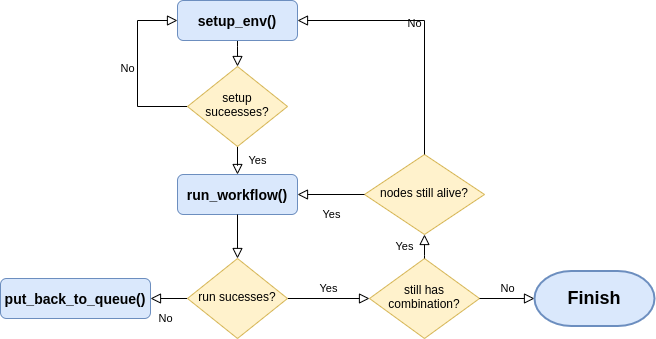
This is images/experiment_flowchart.png from ntlinh16/cloudal, a draw.io export, as it was before one commit. Source tidied: cells renumbered, new cells last; positions are measured from the earlier drawing's top-left corner, leaving out a move shared by most shapes.
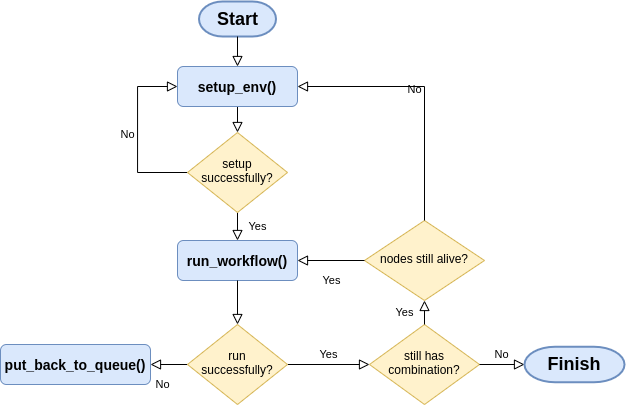
The same diagram one commit later.

Commit message:
doc: update experiment flowchart image

Diff of the diagram source:
```diff
@@ -2,24 +2,14 @@
   <root>
     <mxCell id="0" />
     <mxCell id="1" parent="0" />
-    <mxCell id="2" style="rounded=0;html=1;jettySize=auto;fontSize=11;endArrow=block;endFill=0;endSize=8;strokeWidth=1;shadow=0;labelBackgroundColor=none;edgeStyle=orthogonalEdgeStyle;" parent="1" edge="1" source="3" target="6">
-      <mxGeometry relative="1" as="geometry">
-        <Array as="points">
-          <mxPoint x="237" y="46" />
-          <mxPoint x="237" y="46" />
-        </Array>
-      </mxGeometry>
+    <mxCell id="2" style="rounded=0;html=1;jettySize=auto;fontSize=11;endArrow=block;endFill=0;endSize=8;strokeWidth=1;shadow=0;labelBackgroundColor=none;" parent="1" edge="1" source="3" target="6">
+      <mxGeometry relative="1" as="geometry" />
     </mxCell>
     <mxCell id="3" value="&lt;font style=&quot;font-size: 14px&quot;&gt;&lt;b&gt;setup_env()&lt;/b&gt;&lt;/font&gt;" style="rounded=1;whiteSpace=wrap;html=1;fontSize=12;glass=0;strokeWidth=1;shadow=0;fillColor=#dae8fc;strokeColor=#6c8ebf;" parent="1" vertex="1">
       <mxGeometry x="177" width="120" height="40" as="geometry" />
     </mxCell>
-    <mxCell id="4" value="Yes" style="rounded=0;html=1;jettySize=auto;fontSize=11;endArrow=block;endFill=0;endSize=8;strokeWidth=1;shadow=0;labelBackgroundColor=none;edgeStyle=orthogonalEdgeStyle;entryX=0.5;entryY=0;entryDx=0;entryDy=0;" parent="1" edge="1" source="6" target="11">
-      <mxGeometry y="20" relative="1" as="geometry">
-        <Array as="points">
-          <mxPoint x="237" y="165" />
-          <mxPoint x="237" y="165" />
-        </Array>
-      </mxGeometry>
+    <mxCell id="4" value="Yes" style="rounded=0;html=1;jettySize=auto;fontSize=11;endArrow=block;endFill=0;endSize=8;strokeWidth=1;shadow=0;labelBackgroundColor=none;entryX=0.5;entryY=0;entryDx=0;entryDy=0;" parent="1" edge="1" source="6" target="11">
+      <mxGeometry y="20" relative="1" as="geometry" />
     </mxCell>
     <mxCell id="5" value="No" style="edgeStyle=orthogonalEdgeStyle;rounded=0;html=1;jettySize=auto;fontSize=11;endArrow=block;endFill=0;endSize=8;strokeWidth=1;shadow=0;labelBackgroundColor=none;entryX=0;entryY=0.5;entryDx=0;entryDy=0;exitX=0;exitY=0.5;exitDx=0;exitDy=0;" parent="1" edge="1" source="6" target="3">
       <mxGeometry y="10" relative="1" as="geometry">
@@ -29,16 +19,16 @@
         </Array>
       </mxGeometry>
     </mxCell>
-    <mxCell id="6" value="setup&lt;br&gt;suceesses?" style="rhombus;whiteSpace=wrap;html=1;shadow=0;fontFamily=Helvetica;fontSize=12;align=center;strokeWidth=1;spacing=6;spacingTop=-4;fillColor=#fff2cc;strokeColor=#d6b656;" parent="1" vertex="1">
+    <mxCell id="6" value="setup&lt;br&gt;successfully?" style="rhombus;whiteSpace=wrap;html=1;shadow=0;fontFamily=Helvetica;fontSize=12;align=center;strokeWidth=1;spacing=6;spacingTop=-4;fillColor=#fff2cc;strokeColor=#d6b656;" parent="1" vertex="1">
       <mxGeometry x="187" y="66" width="100" height="80" as="geometry" />
     </mxCell>
-    <mxCell id="7" value="No" style="rounded=0;html=1;jettySize=auto;fontSize=11;endArrow=block;endFill=0;endSize=8;strokeWidth=1;shadow=0;labelBackgroundColor=none;edgeStyle=orthogonalEdgeStyle;" parent="1" edge="1" source="9" target="10">
+    <mxCell id="7" value="No" style="rounded=0;html=1;jettySize=auto;fontSize=11;endArrow=block;endFill=0;endSize=8;strokeWidth=1;shadow=0;labelBackgroundColor=none;" parent="1" edge="1" source="9" target="10">
       <mxGeometry x="0.33" y="20" relative="1" as="geometry" />
     </mxCell>
-    <mxCell id="8" value="Yes" style="edgeStyle=orthogonalEdgeStyle;rounded=0;html=1;jettySize=auto;fontSize=11;endArrow=block;endFill=0;endSize=8;strokeWidth=1;shadow=0;labelBackgroundColor=none;entryX=0;entryY=0.5;entryDx=0;entryDy=0;" parent="1" edge="1" source="9" target="12">
+    <mxCell id="8" value="Yes" style="rounded=0;html=1;jettySize=auto;fontSize=11;endArrow=block;endFill=0;endSize=8;strokeWidth=1;shadow=0;labelBackgroundColor=none;entryX=0;entryY=0.5;entryDx=0;entryDy=0;" parent="1" edge="1" source="9" target="12">
       <mxGeometry y="10" relative="1" as="geometry" />
     </mxCell>
-    <mxCell id="9" value="run sucesses?" style="rhombus;whiteSpace=wrap;html=1;shadow=0;fontFamily=Helvetica;fontSize=12;align=center;strokeWidth=1;spacing=6;spacingTop=-4;fillColor=#fff2cc;strokeColor=#d6b656;" parent="1" vertex="1">
+    <mxCell id="9" value="run successfully?" style="rhombus;whiteSpace=wrap;html=1;shadow=0;fontFamily=Helvetica;fontSize=12;align=center;strokeWidth=1;spacing=6;spacingTop=-4;fillColor=#fff2cc;strokeColor=#d6b656;" parent="1" vertex="1">
       <mxGeometry x="187" y="258" width="100" height="80" as="geometry" />
     </mxCell>
     <mxCell id="10" value="&lt;font style=&quot;font-size: 14px&quot;&gt;&lt;b&gt;put_back_to_queue()&lt;/b&gt;&lt;/font&gt;" style="rounded=1;whiteSpace=wrap;html=1;fontSize=12;glass=0;strokeWidth=1;shadow=0;fillColor=#dae8fc;strokeColor=#6c8ebf;" parent="1" vertex="1">
@@ -50,35 +40,32 @@
     <mxCell id="12" value="still has combination?" style="rhombus;whiteSpace=wrap;html=1;shadow=0;fontFamily=Helvetica;fontSize=12;align=center;strokeWidth=1;spacing=6;spacingTop=-4;fillColor=#fff2cc;strokeColor=#d6b656;" parent="1" vertex="1">
       <mxGeometry x="369" y="258" width="110" height="80" as="geometry" />
     </mxCell>
-    <mxCell id="13" value="Yes" style="rounded=0;html=1;jettySize=auto;fontSize=11;endArrow=block;endFill=0;endSize=8;strokeWidth=1;shadow=0;labelBackgroundColor=none;edgeStyle=orthogonalEdgeStyle;exitX=0.5;exitY=0;exitDx=0;exitDy=0;entryX=0.5;entryY=1;entryDx=0;entryDy=0;" parent="1" edge="1" source="12" target="15">
-      <mxGeometry y="20" relative="1" as="geometry">
-        <Array as="points">
-          <mxPoint x="424" y="255" />
-          <mxPoint x="424" y="255" />
-        </Array>
-      </mxGeometry>
+    <mxCell id="13" value="Yes" style="rounded=0;html=1;jettySize=auto;fontSize=11;endArrow=block;endFill=0;endSize=8;strokeWidth=1;shadow=0;labelBackgroundColor=none;exitX=0.5;exitY=0;exitDx=0;exitDy=0;entryX=0.5;entryY=1;entryDx=0;entryDy=0;" parent="1" edge="1" source="12" target="15">
+      <mxGeometry y="20" relative="1" as="geometry" />
     </mxCell>
-    <mxCell id="14" value="No" style="edgeStyle=orthogonalEdgeStyle;rounded=0;html=1;jettySize=auto;fontSize=11;endArrow=block;endFill=0;endSize=8;strokeWidth=1;shadow=0;labelBackgroundColor=none;entryX=0;entryY=0.5;entryDx=0;entryDy=0;entryPerimeter=0;" parent="1" edge="1" source="12" target="19">
+    <mxCell id="14" value="No" style="rounded=0;html=1;jettySize=auto;fontSize=11;endArrow=block;endFill=0;endSize=8;strokeWidth=1;shadow=0;labelBackgroundColor=none;entryX=0;entryY=0.5;entryDx=0;entryDy=0;entryPerimeter=0;" parent="1" edge="1" source="12" target="19">
       <mxGeometry y="10" relative="1" as="geometry" />
     </mxCell>
     <mxCell id="15" value="nodes still alive?" style="rhombus;whiteSpace=wrap;html=1;shadow=0;fontFamily=Helvetica;fontSize=12;align=center;strokeWidth=1;spacing=6;spacingTop=-4;fillColor=#fff2cc;strokeColor=#d6b656;" parent="1" vertex="1">
       <mxGeometry x="364" y="154" width="120" height="80" as="geometry" />
     </mxCell>
-    <mxCell id="16" value="Yes" style="rounded=0;html=1;jettySize=auto;fontSize=11;endArrow=block;endFill=0;endSize=8;strokeWidth=1;shadow=0;labelBackgroundColor=none;edgeStyle=orthogonalEdgeStyle;entryX=1;entryY=0.5;entryDx=0;entryDy=0;exitX=0;exitY=0.5;exitDx=0;exitDy=0;" parent="1" edge="1" source="15" target="11">
+    <mxCell id="16" value="Yes" style="rounded=0;html=1;jettySize=auto;fontSize=11;endArrow=block;endFill=0;endSize=8;strokeWidth=1;shadow=0;labelBackgroundColor=none;entryX=1;entryY=0.5;entryDx=0;entryDy=0;exitX=0;exitY=0.5;exitDx=0;exitDy=0;" parent="1" edge="1" source="15" target="11">
       <mxGeometry y="20" relative="1" as="geometry" />
     </mxCell>
     <mxCell id="17" value="No" style="edgeStyle=orthogonalEdgeStyle;rounded=0;html=1;jettySize=auto;fontSize=11;endArrow=block;endFill=0;endSize=8;strokeWidth=1;shadow=0;labelBackgroundColor=none;exitX=0.5;exitY=0;exitDx=0;exitDy=0;entryX=1;entryY=0.5;entryDx=0;entryDy=0;" parent="1" edge="1" source="15" target="3">
-      <mxGeometry y="10" relative="1" as="geometry">
-        <Array as="points">
-          <mxPoint x="424" y="20" />
-        </Array>
-      </mxGeometry>
+      <mxGeometry y="10" relative="1" as="geometry" />
     </mxCell>
-    <mxCell id="18" style="rounded=0;html=1;jettySize=auto;fontSize=11;endArrow=block;endFill=0;endSize=8;strokeWidth=1;shadow=0;labelBackgroundColor=none;edgeStyle=orthogonalEdgeStyle;exitX=0.5;exitY=1;exitDx=0;exitDy=0;" parent="1" edge="1" source="11" target="9">
+    <mxCell id="18" style="rounded=0;html=1;jettySize=auto;fontSize=11;endArrow=block;endFill=0;endSize=8;strokeWidth=1;shadow=0;labelBackgroundColor=none;exitX=0.5;exitY=1;exitDx=0;exitDy=0;" parent="1" edge="1" source="11" target="9">
       <mxGeometry relative="1" as="geometry" />
     </mxCell>
+    <mxCell id="20" value="&lt;b&gt;&lt;font style=&quot;font-size: 18px&quot;&gt;Start&lt;/font&gt;&lt;/b&gt;" style="strokeWidth=2;html=1;shape=mxgraph.flowchart.terminator;whiteSpace=wrap;fillColor=#dae8fc;strokeColor=#6c8ebf;" parent="1" vertex="1">
+      <mxGeometry x="198.5" y="-65" width="77" height="35" as="geometry" />
+    </mxCell>
+    <mxCell id="21" style="rounded=0;html=1;jettySize=auto;fontSize=11;endArrow=block;endFill=0;endSize=8;strokeWidth=1;shadow=0;labelBackgroundColor=none;exitX=0.5;exitY=1;exitDx=0;exitDy=0;exitPerimeter=0;entryX=0.5;entryY=0;entryDx=0;entryDy=0;" parent="1" edge="1" source="20" target="3">
+      <mxGeometry relative="1" as="geometry" />
+    </mxCell>
     <mxCell id="19" value="&lt;b&gt;&lt;font style=&quot;font-size: 18px&quot;&gt;Finish&lt;/font&gt;&lt;/b&gt;" style="strokeWidth=2;html=1;shape=mxgraph.flowchart.terminator;whiteSpace=wrap;fillColor=#dae8fc;strokeColor=#6c8ebf;" parent="1" vertex="1">
-      <mxGeometry x="534" y="270.5" width="120" height="55" as="geometry" />
+      <mxGeometry x="524" y="280.2" width="100" height="35.5" as="geometry" />
     </mxCell>
   </root>
 </mxGraphModel>
```
